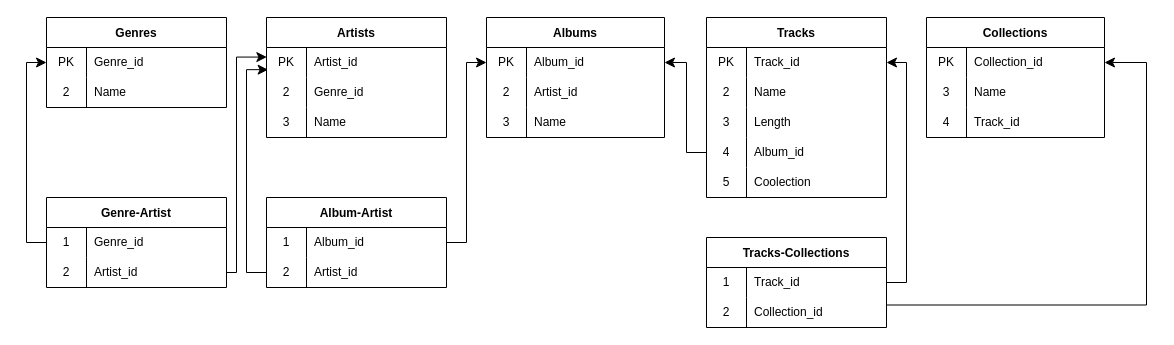
Above: db_01.drawio in DikVasDoPiL/db (draw.io), before the change. Source tidied: cells renumbered, new cells numbered last; positions are measured from the earlier drawing's top-left corner, leaving out a move shared by most shapes. Both pictures are drawn from the tidied source at 100%, with x=0, y=0 at pixel (26, 17).
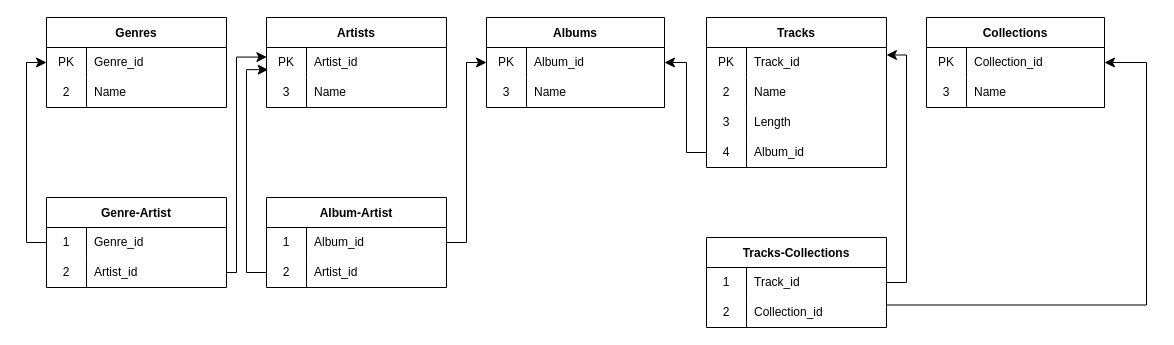
Above is the later version.

The edit, as a diff of the source:
```diff
@@
     <mxCell id="2" value="Tracks" style="shape=table;startSize=30;childLayout=tableLayout;rowLines=0;fontStyle=1;" parent="1" vertex="1">
-      <mxGeometry x="680" width="180" height="180" as="geometry" />
+      <mxGeometry x="680" width="180" height="150" as="geometry" />
     </mxCell>
@@
-    <mxCell id="15" style="shape=tableRow;horizontal=0;startSize=0;swimlaneHead=0;swimlaneBody=0;top=0;left=0;bottom=0;right=0;fillColor=none;" parent="2" vertex="1">
-      <mxGeometry y="150" width="180" height="30" as="geometry" />
-    </mxCell>
-    <mxCell id="16" value="5" style="shape=partialRectangle;html=1;whiteSpace=wrap;fillColor=none;top=0;left=0;bottom=0;right=0;overflow=hidden;" parent="15" vertex="1">
-      <mxGeometry width="40" height="30" as="geometry" />
-    </mxCell>
-    <mxCell id="17" value="Coolection" style="shape=partialRectangle;html=1;whiteSpace=wrap;fillColor=none;top=0;left=0;bottom=0;right=0;align=left;spacingLeft=6;overflow=hidden;" parent="15" vertex="1">
-      <mxGeometry x="40" width="140" height="30" as="geometry" />
-    </mxCell>
@@
     <mxCell id="25" value="Artists" style="shape=table;startSize=30;childLayout=tableLayout;rowLines=0;fontStyle=1;" parent="1" vertex="1">
-      <mxGeometry x="240" width="180" height="120" as="geometry" />
+      <mxGeometry x="240" width="180" height="90" as="geometry" />
     </mxCell>
@@
-    <mxCell id="29" style="shape=tableRow;horizontal=0;startSize=0;swimlaneHead=0;swimlaneBody=0;top=0;left=0;bottom=0;right=0;fillColor=none;" parent="25" vertex="1">
-      <mxGeometry y="60" width="180" height="30" as="geometry" />
-    </mxCell>
-    <mxCell id="30" value="2" style="shape=partialRectangle;html=1;whiteSpace=wrap;fillColor=none;top=0;left=0;bottom=0;right=0;overflow=hidden;" parent="29" vertex="1">
-      <mxGeometry width="40" height="30" as="geometry" />
-    </mxCell>
-    <mxCell id="31" value="Genre_id" style="shape=partialRectangle;html=1;whiteSpace=wrap;fillColor=none;top=0;left=0;bottom=0;right=0;align=left;spacingLeft=6;overflow=hidden;" parent="29" vertex="1">
-      <mxGeometry x="40" width="140" height="30" as="geometry" />
-    </mxCell>
     <mxCell id="32" style="shape=tableRow;horizontal=0;startSize=0;swimlaneHead=0;swimlaneBody=0;top=0;left=0;bottom=0;right=0;fillColor=none;" parent="25" vertex="1">
-      <mxGeometry y="90" width="180" height="30" as="geometry" />
+      <mxGeometry y="60" width="180" height="30" as="geometry" />
     </mxCell>
@@
     <mxCell id="35" value="Albums" style="shape=table;startSize=30;childLayout=tableLayout;rowLines=0;fontStyle=1;" parent="1" vertex="1">
-      <mxGeometry x="460" width="178" height="120" as="geometry" />
+      <mxGeometry x="460" width="178" height="90" as="geometry" />
     </mxCell>
@@
-    <mxCell id="39" style="shape=tableRow;horizontal=0;startSize=0;swimlaneHead=0;swimlaneBody=0;top=0;left=0;bottom=0;right=0;fillColor=none;" parent="35" vertex="1">
-      <mxGeometry y="60" width="178" height="30" as="geometry" />
-    </mxCell>
-    <mxCell id="40" value="2" style="shape=partialRectangle;html=1;whiteSpace=wrap;fillColor=none;top=0;left=0;bottom=0;right=0;overflow=hidden;" parent="39" vertex="1">
-      <mxGeometry width="40" height="30" as="geometry" />
-    </mxCell>
-    <mxCell id="41" value="Artist_id" style="shape=partialRectangle;html=1;whiteSpace=wrap;fillColor=none;top=0;left=0;bottom=0;right=0;align=left;spacingLeft=6;overflow=hidden;" parent="39" vertex="1">
-      <mxGeometry x="40" width="138" height="30" as="geometry" />
-    </mxCell>
     <mxCell id="42" style="shape=tableRow;horizontal=0;startSize=0;swimlaneHead=0;swimlaneBody=0;top=0;left=0;bottom=0;right=0;fillColor=none;" parent="35" vertex="1">
-      <mxGeometry y="90" width="178" height="30" as="geometry" />
+      <mxGeometry y="60" width="178" height="30" as="geometry" />
     </mxCell>
@@
     <mxCell id="55" value="Collections" style="shape=table;startSize=30;childLayout=tableLayout;rowLines=0;fontStyle=1;" parent="1" vertex="1">
-      <mxGeometry x="900" width="178" height="120" as="geometry" />
+      <mxGeometry x="900" width="178" height="90" as="geometry" />
     </mxCell>
@@
-    <mxCell id="62" style="shape=tableRow;horizontal=0;startSize=0;swimlaneHead=0;swimlaneBody=0;top=0;left=0;bottom=0;right=0;fillColor=none;" parent="55" vertex="1">
-      <mxGeometry y="90" width="178" height="30" as="geometry" />
-    </mxCell>
-    <mxCell id="63" value="4" style="shape=partialRectangle;html=1;whiteSpace=wrap;fillColor=none;top=0;left=0;bottom=0;right=0;overflow=hidden;" parent="62" vertex="1">
-      <mxGeometry width="40" height="30" as="geometry" />
-    </mxCell>
-    <mxCell id="64" value="Track_id" style="shape=partialRectangle;html=1;whiteSpace=wrap;fillColor=none;top=0;left=0;bottom=0;right=0;align=left;spacingLeft=6;overflow=hidden;" parent="62" vertex="1">
-      <mxGeometry x="40" width="138" height="30" as="geometry" />
-    </mxCell>
```
